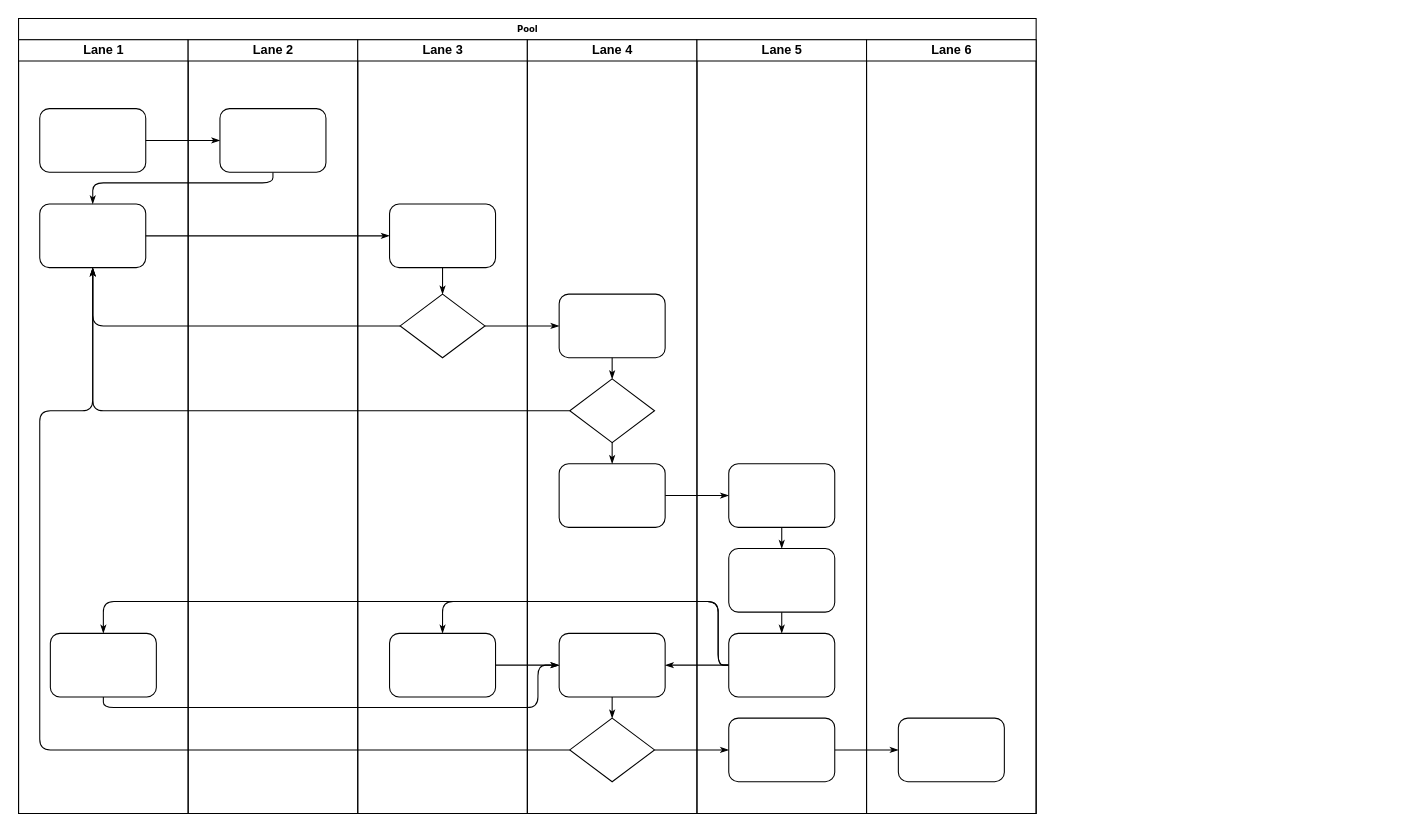
This is Cross-function Diagram.drawio from RebeccaY/start, a draw.io file, before an edit. Source tidied: cells renumbered, new cells numbered last; positions are measured from the earlier drawing's top-left corner, leaving out a move shared by most shapes. Both pictures are drawn from the tidied source at 106%, with x=0, y=0 at pixel (18, 18).
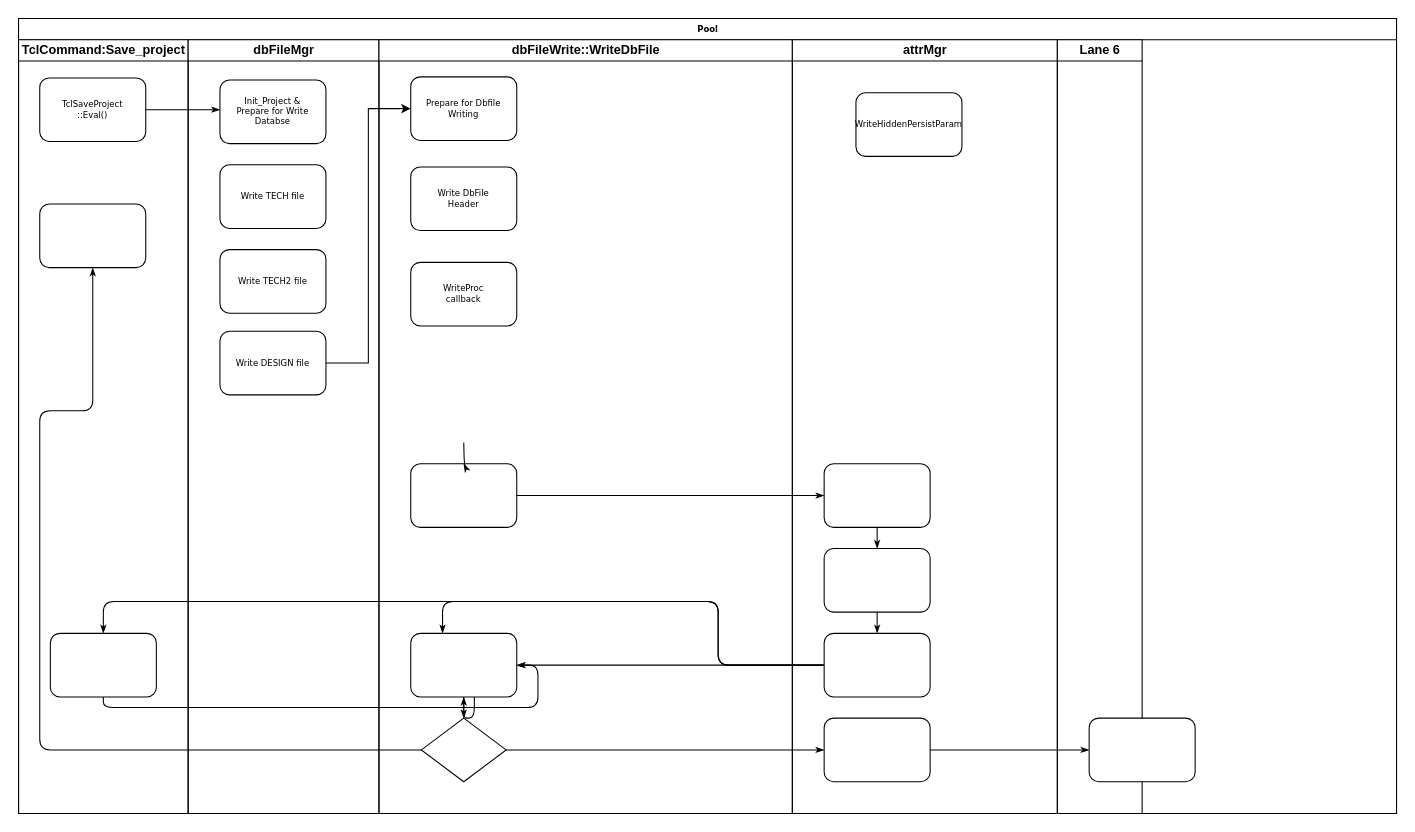
The same diagram, later.

Unchanged cells that the change refers to:
```xml
<mxCell id="5" style="rounded=1;whiteSpace=wrap;html=1;shadow=0;labelBackgroundColor=none;strokeWidth=1;fontFamily=Verdana;fontSize=8;align=center;" parent="3" vertex="1">
  <mxGeometry x="20" y="155" width="100" height="60" as="geometry" />
</mxCell>
<mxCell id="32" style="rounded=1;whiteSpace=wrap;html=1;shadow=0;labelBackgroundColor=none;strokeWidth=1;fontFamily=Verdana;fontSize=8;align=center;" parent="29" vertex="1">
  <mxGeometry x="30" y="400" width="100" height="60" as="geometry" />
</mxCell>
<mxCell id="33" style="rounded=1;whiteSpace=wrap;html=1;shadow=0;labelBackgroundColor=none;strokeWidth=1;fontFamily=Verdana;fontSize=8;align=center;" parent="29" vertex="1">
  <mxGeometry x="30" y="560" width="100" height="60" as="geometry" />
</mxCell>
<mxCell id="41" style="rounded=1;whiteSpace=wrap;html=1;shadow=0;labelBackgroundColor=none;strokeWidth=1;fontFamily=Verdana;fontSize=8;align=center;" parent="38" vertex="1">
  <mxGeometry x="30" y="560" width="100" height="60" as="geometry" />
</mxCell>
```

Diff of the diagram source:
```diff
@@
     <mxCell id="2" value="Pool" style="swimlane;html=1;startSize=20;rounded=0;shadow=0;labelBackgroundColor=none;strokeWidth=1;fontFamily=Verdana;fontSize=8;align=center;" parent="1" vertex="1">
-      <mxGeometry width="960" height="750" as="geometry" />
+      <mxGeometry width="1300" height="750" as="geometry" />
     </mxCell>
-    <mxCell id="3" value="Lane 1" style="swimlane;html=1;startSize=20;" parent="2" vertex="1">
+    <mxCell id="3" value="TclCommand:Save_project" style="swimlane;html=1;startSize=20;" parent="2" vertex="1">
       <mxGeometry y="20" width="160" height="730" as="geometry" />
     </mxCell>
-    <mxCell id="4" style="rounded=1;whiteSpace=wrap;html=1;shadow=0;labelBackgroundColor=none;strokeWidth=1;fontFamily=Verdana;fontSize=8;align=center;" parent="3" vertex="1">
-      <mxGeometry x="20" y="65" width="100" height="60" as="geometry" />
+    <mxCell id="4" value="TclSaveProject&lt;br&gt;::Eval()" style="rounded=1;whiteSpace=wrap;html=1;shadow=0;labelBackgroundColor=none;strokeWidth=1;fontFamily=Verdana;fontSize=8;align=center;" parent="3" vertex="1">
+      <mxGeometry x="20" y="36" width="100" height="60" as="geometry" />
     </mxCell>
@@
-    <mxCell id="7" style="edgeStyle=orthogonalEdgeStyle;rounded=1;html=1;labelBackgroundColor=none;startArrow=none;startFill=0;startSize=5;endArrow=classicThin;endFill=1;endSize=5;jettySize=auto;strokeWidth=1;fontFamily=Verdana;fontSize=8;" parent="2" edge="1" source="4" target="23">
-      <mxGeometry relative="1" as="geometry" />
+    <mxCell id="7" style="edgeStyle=orthogonalEdgeStyle;rounded=1;html=1;labelBackgroundColor=none;startArrow=none;startFill=0;startSize=5;endArrow=classicThin;endFill=1;endSize=5;jettySize=auto;strokeWidth=1;fontFamily=Verdana;fontSize=8;" parent="2" edge="1" source="4">
+      <mxGeometry relative="1" as="geometry">
+        <mxPoint x="190" y="86" as="targetPoint" />
+      </mxGeometry>
     </mxCell>
-    <mxCell id="8" style="edgeStyle=orthogonalEdgeStyle;rounded=1;html=1;labelBackgroundColor=none;startArrow=none;startFill=0;startSize=5;endArrow=classicThin;endFill=1;endSize=5;jettySize=auto;strokeWidth=1;fontFamily=Verdana;fontSize=8;" parent="2" edge="1" source="23" target="5">
-      <mxGeometry relative="1" as="geometry">
-        <Array as="points">
-          <mxPoint x="240" y="155" />
-          <mxPoint x="70" y="155" />
-        </Array>
-      </mxGeometry>
-    </mxCell>
-    <mxCell id="9" style="edgeStyle=orthogonalEdgeStyle;rounded=1;html=1;labelBackgroundColor=none;startArrow=none;startFill=0;startSize=5;endArrow=classicThin;endFill=1;endSize=5;jettySize=auto;strokeWidth=1;fontFamily=Verdana;fontSize=8;" parent="2" edge="1" source="5" target="25">
-      <mxGeometry relative="1" as="geometry" />
-    </mxCell>
-    <mxCell id="10" style="edgeStyle=orthogonalEdgeStyle;rounded=1;html=1;labelBackgroundColor=none;startArrow=none;startFill=0;startSize=5;endArrow=classicThin;endFill=1;endSize=5;jettySize=auto;strokeWidth=1;fontFamily=Verdana;fontSize=8;" parent="2" edge="1" source="26" target="5">
-      <mxGeometry relative="1" as="geometry" />
-    </mxCell>
-    <mxCell id="11" style="edgeStyle=orthogonalEdgeStyle;rounded=1;html=1;labelBackgroundColor=none;startArrow=none;startFill=0;startSize=5;endArrow=classicThin;endFill=1;endSize=5;jettySize=auto;strokeWidth=1;fontFamily=Verdana;fontSize=8;" parent="2" edge="1" source="31" target="5">
-      <mxGeometry relative="1" as="geometry" />
-    </mxCell>
@@
-    <mxCell id="13" style="edgeStyle=orthogonalEdgeStyle;rounded=1;html=1;labelBackgroundColor=none;startArrow=none;startFill=0;startSize=5;endArrow=classicThin;endFill=1;endSize=5;jettySize=auto;strokeWidth=1;fontFamily=Verdana;fontSize=8;" parent="2" edge="1" source="26" target="30">
-      <mxGeometry relative="1" as="geometry" />
-    </mxCell>
@@
-    <mxCell id="17" style="edgeStyle=orthogonalEdgeStyle;rounded=1;html=1;labelBackgroundColor=none;startArrow=none;startFill=0;startSize=5;endArrow=classicThin;endFill=1;endSize=5;jettySize=auto;strokeWidth=1;fontFamily=Verdana;fontSize=8;" parent="2" edge="1" source="41" target="27">
+    <mxCell id="17" style="edgeStyle=orthogonalEdgeStyle;rounded=1;html=1;labelBackgroundColor=none;startArrow=none;startFill=0;startSize=5;endArrow=classicThin;endFill=1;endSize=5;jettySize=auto;strokeWidth=1;fontFamily=Verdana;fontSize=8;" parent="2" edge="1" source="41">
       <mxGeometry relative="1" as="geometry">
+        <mxPoint x="400" y="580" as="targetPoint" />
         <Array as="points">
           <mxPoint x="660" y="610" />
           <mxPoint x="660" y="550" />
           <mxPoint x="400" y="550" />
         </Array>
       </mxGeometry>
     </mxCell>
@@
-    <mxCell id="21" style="edgeStyle=orthogonalEdgeStyle;rounded=1;html=1;labelBackgroundColor=none;startArrow=none;startFill=0;startSize=5;endArrow=classicThin;endFill=1;endSize=5;jettySize=auto;strokeWidth=1;fontFamily=Verdana;fontSize=8;" parent="2" edge="1" source="27" target="33">
-      <mxGeometry relative="1" as="geometry" />
+    <mxCell id="21" style="edgeStyle=orthogonalEdgeStyle;rounded=1;html=1;labelBackgroundColor=none;startArrow=none;startFill=0;startSize=5;endArrow=classicThin;endFill=1;endSize=5;jettySize=auto;strokeWidth=1;fontFamily=Verdana;fontSize=8;" parent="2" edge="1" target="33">
+      <mxGeometry relative="1" as="geometry">
+        <mxPoint x="450" y="610" as="sourcePoint" />
+      </mxGeometry>
     </mxCell>
-    <mxCell id="22" value="Lane 2" style="swimlane;html=1;startSize=20;" parent="2" vertex="1">
-      <mxGeometry x="160" y="20" width="160" height="730" as="geometry" />
+    <mxCell id="22" value="dbFileMgr" style="swimlane;html=1;startSize=20;" parent="2" vertex="1">
+      <mxGeometry x="160" y="20" width="180" height="730" as="geometry" />
     </mxCell>
-    <mxCell id="23" style="rounded=1;whiteSpace=wrap;html=1;shadow=0;labelBackgroundColor=none;strokeWidth=1;fontFamily=Verdana;fontSize=8;align=center;" parent="22" vertex="1">
-      <mxGeometry x="30" y="65" width="100" height="60" as="geometry" />
-    </mxCell>
-    <mxCell id="24" value="Lane 3" style="swimlane;html=1;startSize=20;" parent="2" vertex="1">
-      <mxGeometry x="320" y="20" width="160" height="730" as="geometry" />
-    </mxCell>
-    <mxCell id="25" style="rounded=1;whiteSpace=wrap;html=1;shadow=0;labelBackgroundColor=none;strokeWidth=1;fontFamily=Verdana;fontSize=8;align=center;" parent="24" vertex="1">
-      <mxGeometry x="30" y="155" width="100" height="60" as="geometry" />
-    </mxCell>
-    <mxCell id="26" style="rhombus;whiteSpace=wrap;html=1;rounded=0;shadow=0;labelBackgroundColor=none;strokeWidth=1;fontFamily=Verdana;fontSize=8;align=center;" parent="24" vertex="1">
-      <mxGeometry x="40" y="240" width="80" height="60" as="geometry" />
-    </mxCell>
-    <mxCell id="27" style="rounded=1;whiteSpace=wrap;html=1;shadow=0;labelBackgroundColor=none;strokeWidth=1;fontFamily=Verdana;fontSize=8;align=center;" parent="24" vertex="1">
-      <mxGeometry x="30" y="560" width="100" height="60" as="geometry" />
-    </mxCell>
-    <mxCell id="28" style="edgeStyle=orthogonalEdgeStyle;rounded=1;html=1;labelBackgroundColor=none;startArrow=none;startFill=0;startSize=5;endArrow=classicThin;endFill=1;endSize=5;jettySize=auto;strokeWidth=1;fontFamily=Verdana;fontSize=8;" parent="24" edge="1" source="25" target="26">
-      <mxGeometry relative="1" as="geometry" />
-    </mxCell>
+    <mxCell id="47" value="Init_Project &amp;amp;&lt;br&gt;Prepare for Write Databse" style="rounded=1;whiteSpace=wrap;html=1;shadow=0;labelBackgroundColor=none;strokeWidth=1;fontFamily=Verdana;fontSize=8;align=center;" parent="22" vertex="1">
+      <mxGeometry x="30" y="38" width="100" height="60" as="geometry" />
+    </mxCell>
+    <mxCell id="48" value="Write TECH file" style="rounded=1;whiteSpace=wrap;html=1;shadow=0;labelBackgroundColor=none;strokeWidth=1;fontFamily=Verdana;fontSize=8;align=center;" parent="22" vertex="1">
+      <mxGeometry x="30" y="118" width="100" height="60" as="geometry" />
+    </mxCell>
+    <mxCell id="49" value="Write TECH2 file" style="rounded=1;whiteSpace=wrap;html=1;shadow=0;labelBackgroundColor=none;strokeWidth=1;fontFamily=Verdana;fontSize=8;align=center;" parent="22" vertex="1">
+      <mxGeometry x="30" y="198" width="100" height="60" as="geometry" />
+    </mxCell>
+    <mxCell id="50" value="Write DESIGN file" style="rounded=1;whiteSpace=wrap;html=1;shadow=0;labelBackgroundColor=none;strokeWidth=1;fontFamily=Verdana;fontSize=8;align=center;" parent="22" vertex="1">
+      <mxGeometry x="30" y="275" width="100" height="60" as="geometry" />
+    </mxCell>
-    <mxCell id="29" value="Lane 4" style="swimlane;html=1;startSize=20;" parent="2" vertex="1">
-      <mxGeometry x="480" y="20" width="160" height="730" as="geometry" />
+    <mxCell id="29" value="dbFileWrite::WriteDbFile" style="swimlane;html=1;startSize=20;" parent="2" vertex="1">
+      <mxGeometry x="340" y="20" width="390" height="730" as="geometry" />
     </mxCell>
-    <mxCell id="30" style="rounded=1;whiteSpace=wrap;html=1;shadow=0;labelBackgroundColor=none;strokeWidth=1;fontFamily=Verdana;fontSize=8;align=center;" parent="29" vertex="1">
-      <mxGeometry x="30" y="240" width="100" height="60" as="geometry" />
+    <mxCell id="30" value="Prepare for Dbfile Writing" style="rounded=1;whiteSpace=wrap;html=1;shadow=0;labelBackgroundColor=none;strokeWidth=1;fontFamily=Verdana;fontSize=8;align=center;" parent="29" vertex="1">
+      <mxGeometry x="30" y="35" width="100" height="60" as="geometry" />
     </mxCell>
-    <mxCell id="31" style="rhombus;whiteSpace=wrap;html=1;rounded=0;shadow=0;labelBackgroundColor=none;strokeWidth=1;fontFamily=Verdana;fontSize=8;align=center;" parent="29" vertex="1">
-      <mxGeometry x="40" y="320" width="80" height="60" as="geometry" />
-    </mxCell>
@@
-    <mxCell id="35" style="edgeStyle=orthogonalEdgeStyle;rounded=1;html=1;labelBackgroundColor=none;startArrow=none;startFill=0;startSize=5;endArrow=classicThin;endFill=1;endSize=5;jettySize=auto;strokeColor=#000000;strokeWidth=1;fontFamily=Verdana;fontSize=8;fontColor=#000000;" parent="29" edge="1" source="30" target="31">
-      <mxGeometry relative="1" as="geometry" />
-    </mxCell>
-    <mxCell id="36" style="edgeStyle=orthogonalEdgeStyle;rounded=1;html=1;labelBackgroundColor=none;startArrow=none;startFill=0;startSize=5;endArrow=classicThin;endFill=1;endSize=5;jettySize=auto;strokeWidth=1;fontFamily=Verdana;fontSize=8;" parent="29" edge="1" source="31" target="32">
-      <mxGeometry relative="1" as="geometry" />
+    <mxCell id="36" style="edgeStyle=orthogonalEdgeStyle;rounded=1;html=1;labelBackgroundColor=none;startArrow=none;startFill=0;startSize=5;endArrow=classicThin;endFill=1;endSize=5;jettySize=auto;strokeWidth=1;fontFamily=Verdana;fontSize=8;" parent="29" edge="1" target="32">
+      <mxGeometry relative="1" as="geometry">
+        <mxPoint x="80" y="380" as="sourcePoint" />
+      </mxGeometry>
     </mxCell>
@@
+    <mxCell id="51" value="Write DbFile&lt;br&gt;Header" style="rounded=1;whiteSpace=wrap;html=1;shadow=0;labelBackgroundColor=none;strokeWidth=1;fontFamily=Verdana;fontSize=8;align=center;" parent="29" vertex="1">
+      <mxGeometry x="30" y="120" width="100" height="60" as="geometry" />
+    </mxCell>
+    <mxCell id="52" value="WriteProc&lt;br&gt;callback" style="rounded=1;whiteSpace=wrap;html=1;shadow=0;labelBackgroundColor=none;strokeWidth=1;fontFamily=Verdana;fontSize=8;align=center;" parent="29" vertex="1">
+      <mxGeometry x="30" y="210" width="100" height="60" as="geometry" />
+    </mxCell>
-    <mxCell id="38" value="Lane 5" style="swimlane;html=1;startSize=20;" parent="2" vertex="1">
-      <mxGeometry x="640" y="20" width="160" height="730" as="geometry" />
+    <mxCell id="38" value="attrMgr" style="swimlane;html=1;startSize=20;" parent="2" vertex="1">
+      <mxGeometry x="730" y="20" width="250" height="730" as="geometry" />
     </mxCell>
@@
+    <mxCell id="53" value="WriteHiddenPersistParam" style="rounded=1;whiteSpace=wrap;html=1;shadow=0;labelBackgroundColor=none;strokeWidth=1;fontFamily=Verdana;fontSize=8;align=center;" parent="38" vertex="1">
+      <mxGeometry x="60" y="50" width="100" height="60" as="geometry" />
+    </mxCell>
     <mxCell id="45" value="Lane 6" style="swimlane;html=1;startSize=20;" parent="2" vertex="1">
-      <mxGeometry x="800" y="20" width="160" height="730" as="geometry" />
+      <mxGeometry x="980" y="20" width="80" height="730" as="geometry" />
     </mxCell>
@@
+    <mxCell id="54" style="edgeStyle=orthogonalEdgeStyle;rounded=0;jettySize=auto;html=1;entryX=0;entryY=0.5;entryDx=0;entryDy=0;" parent="2" edge="1" source="50" target="30">
+      <mxGeometry relative="1" as="geometry" />
+    </mxCell>
```
